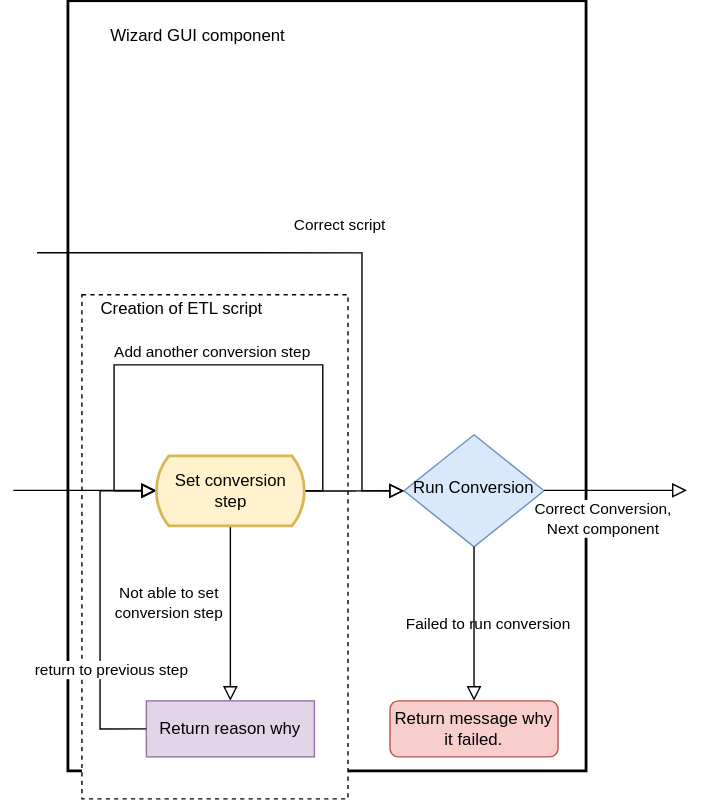
Before: docs/img/GUIComponent.svg, a diagram exported from draw.io (pldn/LDWizard-old). Source tidied: cells renumbered, new cells last; positions are measured from the earlier drawing's top-left corner, leaving out a move shared by most shapes. Source of this version:
```xml
<mxGraphModel>
  <root>
    <mxCell id="0" />
    <mxCell id="1" parent="0" />
    <mxCell id="2" style="rounded=0;whiteSpace=wrap;html=1;strokeWidth=2;" parent="1" vertex="1">
      <mxGeometry x="39" width="370" height="550" as="geometry" />
    </mxCell>
    <mxCell id="3" style="rounded=0;whiteSpace=wrap;html=1;strokeWidth=1;dashed=1;" parent="1" vertex="1">
      <mxGeometry x="49" y="210" width="190" height="360" as="geometry" />
    </mxCell>
    <mxCell id="4" value="Run Conversion" style="rhombus;whiteSpace=wrap;html=1;shadow=0;fontFamily=Helvetica;fontSize=12;align=center;strokeWidth=1;spacing=6;spacingTop=-4;rounded=0;noLabel=0;portConstraintRotation=0;fillColor=#dae8fc;strokeColor=#6c8ebf;" parent="1" vertex="1">
      <mxGeometry x="279" y="310" width="100" height="80" as="geometry" />
    </mxCell>
    <mxCell id="5" value="Failed to run conversion" style="edgeStyle=orthogonalEdgeStyle;rounded=0;html=1;jettySize=auto;fontSize=11;endArrow=block;endFill=0;endSize=8;strokeWidth=1;shadow=0;labelBackgroundColor=none;" parent="1" edge="1" target="6">
      <mxGeometry y="10" relative="1" as="geometry">
        <mxPoint x="329" y="390" as="sourcePoint" />
      </mxGeometry>
    </mxCell>
    <mxCell id="6" value="Return message why it failed." style="rounded=1;whiteSpace=wrap;html=1;fontSize=12;glass=0;strokeWidth=1;shadow=0;fillColor=#f8cecc;strokeColor=#b85450;" parent="1" vertex="1">
      <mxGeometry x="269" y="500" width="120" height="40" as="geometry" />
    </mxCell>
    <mxCell id="7" value="&lt;div&gt;Not able to set &lt;br&gt;&lt;/div&gt;&lt;div&gt;conversion step&lt;/div&gt;" style="edgeStyle=orthogonalEdgeStyle;rounded=0;html=1;jettySize=auto;fontSize=11;endArrow=block;endFill=0;endSize=8;strokeWidth=1;shadow=0;labelBackgroundColor=none;exitX=0.5;exitY=1;exitDx=0;exitDy=0;exitPerimeter=0;entryX=0.5;entryY=0;entryDx=0;entryDy=0;" parent="1" edge="1" source="19" target="10">
      <mxGeometry x="-0.12" y="-44" relative="1" as="geometry">
        <Array as="points">
          <mxPoint x="155" y="470" />
          <mxPoint x="155" y="470" />
        </Array>
      </mxGeometry>
    </mxCell>
    <mxCell id="8" style="edgeStyle=orthogonalEdgeStyle;rounded=0;orthogonalLoop=1;jettySize=auto;html=1;endArrow=block;endFill=0;shadow=0;strokeWidth=1;labelBackgroundColor=none;endSize=8;entryX=0;entryY=0.5;entryDx=0;entryDy=0;" parent="1" edge="1">
      <mxGeometry relative="1" as="geometry">
        <mxPoint x="202" y="350" as="sourcePoint" />
        <mxPoint x="102" y="350" as="targetPoint" />
        <Array as="points">
          <mxPoint x="221" y="350" />
          <mxPoint x="221" y="260" />
          <mxPoint x="72" y="260" />
          <mxPoint x="72" y="350" />
        </Array>
      </mxGeometry>
    </mxCell>
    <mxCell id="9" value="Add another conversion step" style="edgeLabel;html=1;align=center;verticalAlign=middle;" parent="8" vertex="1">
      <mxGeometry x="-0.13" y="-1" relative="1" as="geometry">
        <mxPoint x="-22.9" y="-9" as="offset" />
      </mxGeometry>
    </mxCell>
    <mxCell id="10" value="Return reason why" style="rounded=1;whiteSpace=wrap;html=1;fontSize=12;glass=0;strokeWidth=1;shadow=0;arcSize=0;fillColor=#e1d5e7;strokeColor=#9673a6;" parent="1" vertex="1">
      <mxGeometry x="95" y="500" width="120" height="40" as="geometry" />
    </mxCell>
    <mxCell id="11" style="edgeStyle=orthogonalEdgeStyle;rounded=0;jumpSize=1;jettySize=auto;html=1;exitX=0;exitY=0.5;exitDx=0;exitDy=0;startArrow=none;endArrow=block;endFill=0;endSize=8;strokeWidth=1;shadow=0;labelBackgroundColor=none;entryX=0;entryY=0.5;entryDx=0;entryDy=0;" parent="1" edge="1" source="10">
      <mxGeometry relative="1" as="geometry">
        <mxPoint x="102" y="350" as="targetPoint" />
        <Array as="points">
          <mxPoint x="62" y="520" />
          <mxPoint x="62" y="350" />
        </Array>
      </mxGeometry>
    </mxCell>
    <mxCell id="12" value="return to previous step" style="edgeLabel;html=1;align=center;verticalAlign=middle;" parent="11" vertex="1">
      <mxGeometry x="-0.16" relative="1" as="geometry">
        <mxPoint x="7" y="27" as="offset" />
      </mxGeometry>
    </mxCell>
    <mxCell id="13" style="rounded=0;html=1;jettySize=auto;fontSize=11;endArrow=block;endFill=0;endSize=8;strokeWidth=1;shadow=0;labelBackgroundColor=none;edgeStyle=orthogonalEdgeStyle;exitX=0.989;exitY=0.503;exitDx=0;exitDy=0;exitPerimeter=0;" parent="1" edge="1" source="19" target="4">
      <mxGeometry y="20" relative="1" as="geometry" />
    </mxCell>
    <mxCell id="14" value="Wizard GUI component" style="text;html=1;strokeColor=none;fillColor=none;align=center;verticalAlign=middle;whiteSpace=wrap;rounded=0;" parent="1" vertex="1">
      <mxGeometry x="52" y="10" width="160" height="30" as="geometry" />
    </mxCell>
    <mxCell id="15" value="Creation of ETL script" style="text;html=1;strokeColor=none;fillColor=none;align=center;verticalAlign=middle;whiteSpace=wrap;rounded=0;" parent="1" vertex="1">
      <mxGeometry x="52" y="210" width="137" height="20" as="geometry" />
    </mxCell>
    <mxCell id="16" style="edgeStyle=orthogonalEdgeStyle;rounded=0;orthogonalLoop=1;jettySize=auto;html=1;exitX=1;exitY=0.5;exitDx=0;exitDy=0;endArrow=block;endFill=0;endSize=8;" parent="1" edge="1">
      <mxGeometry relative="1" as="geometry">
        <mxPoint y="349.7" as="sourcePoint" />
        <mxPoint x="102" y="349.7" as="targetPoint" />
      </mxGeometry>
    </mxCell>
    <mxCell id="17" value="Correct script" style="rounded=0;html=1;jettySize=auto;orthogonalLoop=1;fontSize=11;endArrow=block;endFill=0;endSize=8;strokeWidth=1;shadow=0;labelBackgroundColor=none;edgeStyle=orthogonalEdgeStyle;entryX=0;entryY=0.5;entryDx=0;entryDy=0;" parent="1" edge="1">
      <mxGeometry y="20" relative="1" as="geometry">
        <mxPoint x="17" y="180" as="sourcePoint" />
        <mxPoint x="279" y="350" as="targetPoint" />
        <Array as="points">
          <mxPoint x="249" y="180" />
          <mxPoint x="249" y="350" />
        </Array>
      </mxGeometry>
    </mxCell>
    <mxCell id="18" value="&lt;div&gt;Correct Conversion,&lt;/div&gt;&lt;div&gt;Next component&lt;br&gt;&lt;/div&gt;" style="edgeStyle=orthogonalEdgeStyle;rounded=0;orthogonalLoop=1;jettySize=auto;html=1;exitX=1;exitY=0.5;exitDx=0;exitDy=0;endArrow=block;endFill=0;endSize=8;" parent="1" edge="1">
      <mxGeometry x="-0.18" y="-20" relative="1" as="geometry">
        <mxPoint x="379" y="349.7" as="sourcePoint" />
        <mxPoint x="481" y="349.7" as="targetPoint" />
      </mxGeometry>
    </mxCell>
    <mxCell id="19" value="&lt;div&gt;Set conversion &lt;br&gt;&lt;/div&gt;&lt;div&gt;step&lt;/div&gt;" style="html=1;dashed=0;whitespace=wrap;shape=mxgraph.dfd.loop;rounded=0;strokeWidth=2;fillColor=#fff2cc;strokeColor=#d6b656;" parent="1" vertex="1">
      <mxGeometry x="101" y="325" width="108" height="50" as="geometry" />
    </mxCell>
  </root>
</mxGraphModel>
```
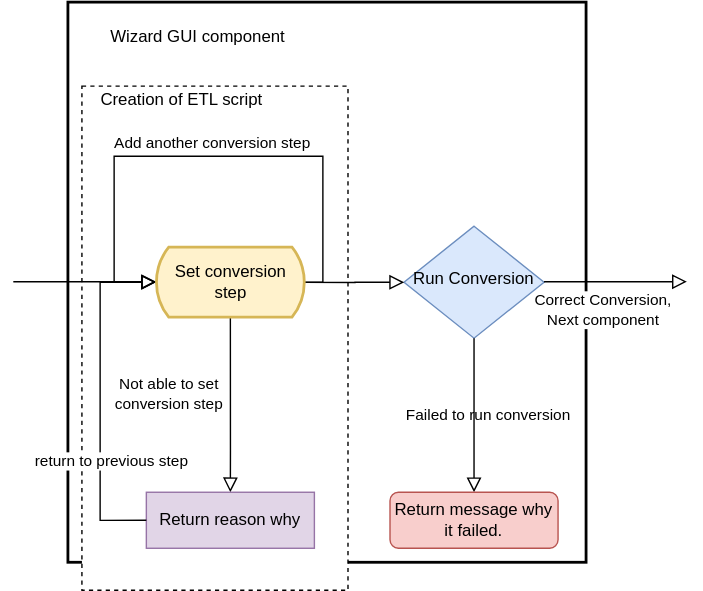
After the commit.

What changed in the source:
```diff
@@ -3,7 +3,7 @@
     <mxCell id="0" />
     <mxCell id="1" parent="0" />
     <mxCell id="2" style="rounded=0;whiteSpace=wrap;html=1;strokeWidth=2;" parent="1" vertex="1">
-      <mxGeometry x="39" width="370" height="550" as="geometry" />
+      <mxGeometry x="39" y="150" width="370" height="400" as="geometry" />
     </mxCell>
     <mxCell id="3" style="rounded=0;whiteSpace=wrap;html=1;strokeWidth=1;dashed=1;" parent="1" vertex="1">
       <mxGeometry x="49" y="210" width="190" height="360" as="geometry" />
@@ -19,7 +19,7 @@
     <mxCell id="6" value="Return message why it failed." style="rounded=1;whiteSpace=wrap;html=1;fontSize=12;glass=0;strokeWidth=1;shadow=0;fillColor=#f8cecc;strokeColor=#b85450;" parent="1" vertex="1">
       <mxGeometry x="269" y="500" width="120" height="40" as="geometry" />
     </mxCell>
-    <mxCell id="7" value="&lt;div&gt;Not able to set &lt;br&gt;&lt;/div&gt;&lt;div&gt;conversion step&lt;/div&gt;" style="edgeStyle=orthogonalEdgeStyle;rounded=0;html=1;jettySize=auto;fontSize=11;endArrow=block;endFill=0;endSize=8;strokeWidth=1;shadow=0;labelBackgroundColor=none;exitX=0.5;exitY=1;exitDx=0;exitDy=0;exitPerimeter=0;entryX=0.5;entryY=0;entryDx=0;entryDy=0;" parent="1" edge="1" source="19" target="10">
+    <mxCell id="7" value="&lt;div&gt;Not able to set &lt;br&gt;&lt;/div&gt;&lt;div&gt;conversion step&lt;/div&gt;" style="edgeStyle=orthogonalEdgeStyle;rounded=0;html=1;jettySize=auto;fontSize=11;endArrow=block;endFill=0;endSize=8;strokeWidth=1;shadow=0;labelBackgroundColor=none;exitX=0.5;exitY=1;exitDx=0;exitDy=0;exitPerimeter=0;entryX=0.5;entryY=0;entryDx=0;entryDy=0;" parent="1" edge="1" source="18" target="10">
       <mxGeometry x="-0.12" y="-44" relative="1" as="geometry">
         <Array as="points">
           <mxPoint x="155" y="470" />
@@ -61,11 +61,11 @@
         <mxPoint x="7" y="27" as="offset" />
       </mxGeometry>
     </mxCell>
-    <mxCell id="13" style="rounded=0;html=1;jettySize=auto;fontSize=11;endArrow=block;endFill=0;endSize=8;strokeWidth=1;shadow=0;labelBackgroundColor=none;edgeStyle=orthogonalEdgeStyle;exitX=0.989;exitY=0.503;exitDx=0;exitDy=0;exitPerimeter=0;" parent="1" edge="1" source="19" target="4">
+    <mxCell id="13" style="rounded=0;html=1;jettySize=auto;fontSize=11;endArrow=block;endFill=0;endSize=8;strokeWidth=1;shadow=0;labelBackgroundColor=none;edgeStyle=orthogonalEdgeStyle;exitX=0.989;exitY=0.503;exitDx=0;exitDy=0;exitPerimeter=0;" parent="1" edge="1" source="18" target="4">
       <mxGeometry y="20" relative="1" as="geometry" />
     </mxCell>
     <mxCell id="14" value="Wizard GUI component" style="text;html=1;strokeColor=none;fillColor=none;align=center;verticalAlign=middle;whiteSpace=wrap;rounded=0;" parent="1" vertex="1">
-      <mxGeometry x="52" y="10" width="160" height="30" as="geometry" />
+      <mxGeometry x="52" y="160" width="160" height="30" as="geometry" />
     </mxCell>
     <mxCell id="15" value="Creation of ETL script" style="text;html=1;strokeColor=none;fillColor=none;align=center;verticalAlign=middle;whiteSpace=wrap;rounded=0;" parent="1" vertex="1">
       <mxGeometry x="52" y="210" width="137" height="20" as="geometry" />
@@ -76,24 +76,14 @@
         <mxPoint x="102" y="349.7" as="targetPoint" />
       </mxGeometry>
     </mxCell>
-    <mxCell id="17" value="Correct script" style="rounded=0;html=1;jettySize=auto;orthogonalLoop=1;fontSize=11;endArrow=block;endFill=0;endSize=8;strokeWidth=1;shadow=0;labelBackgroundColor=none;edgeStyle=orthogonalEdgeStyle;entryX=0;entryY=0.5;entryDx=0;entryDy=0;" parent="1" edge="1">
-      <mxGeometry y="20" relative="1" as="geometry">
-        <mxPoint x="17" y="180" as="sourcePoint" />
-        <mxPoint x="279" y="350" as="targetPoint" />
-        <Array as="points">
-          <mxPoint x="249" y="180" />
-          <mxPoint x="249" y="350" />
-        </Array>
+    <mxCell id="17" value="&lt;div&gt;Correct Conversion,&lt;/div&gt;&lt;div&gt;Next component&lt;br&gt;&lt;/div&gt;" style="edgeStyle=orthogonalEdgeStyle;rounded=0;orthogonalLoop=1;jettySize=auto;html=1;exitX=1;exitY=0.5;exitDx=0;exitDy=0;endArrow=block;endFill=0;endSize=8;" parent="1" edge="1">
+      <mxGeometry x="-0.18" y="-20" relative="1" as="geometry">
+        <mxPoint x="379" y="349.7" as="sourcePoint" />
+        <mxPoint x="481" y="349.7" as="targetPoint" />
       </mxGeometry>
     </mxCell>
-    <mxCell id="18" value="&lt;div&gt;Correct Conversion,&lt;/div&gt;&lt;div&gt;Next component&lt;br&gt;&lt;/div&gt;" style="edgeStyle=orthogonalEdgeStyle;rounded=0;orthogonalLoop=1;jettySize=auto;html=1;exitX=1;exitY=0.5;exitDx=0;exitDy=0;endArrow=block;endFill=0;endSize=8;" parent="1" edge="1">
-      <mxGeometry x="-0.18" y="-20" relative="1" as="geometry">
-        <mxPoint x="379" y="349.7" as="sourcePoint" />
-        <mxPoint x="481" y="349.7" as="targetPoint" />
-      </mxGeometry>
+    <mxCell id="18" value="&lt;div&gt;Set conversion &lt;br&gt;&lt;/div&gt;&lt;div&gt;step&lt;/div&gt;" style="html=1;dashed=0;whitespace=wrap;shape=mxgraph.dfd.loop;rounded=0;strokeWidth=2;fillColor=#fff2cc;strokeColor=#d6b656;" parent="1" vertex="1">
+      <mxGeometry x="101" y="325" width="108" height="50" as="geometry" />
     </mxCell>
-    <mxCell id="19" value="&lt;div&gt;Set conversion &lt;br&gt;&lt;/div&gt;&lt;div&gt;step&lt;/div&gt;" style="html=1;dashed=0;whitespace=wrap;shape=mxgraph.dfd.loop;rounded=0;strokeWidth=2;fillColor=#fff2cc;strokeColor=#d6b656;" parent="1" vertex="1">
-      <mxGeometry x="101" y="325" width="108" height="50" as="geometry" />
-    </mxCell>
   </root>
 </mxGraphModel>
```
